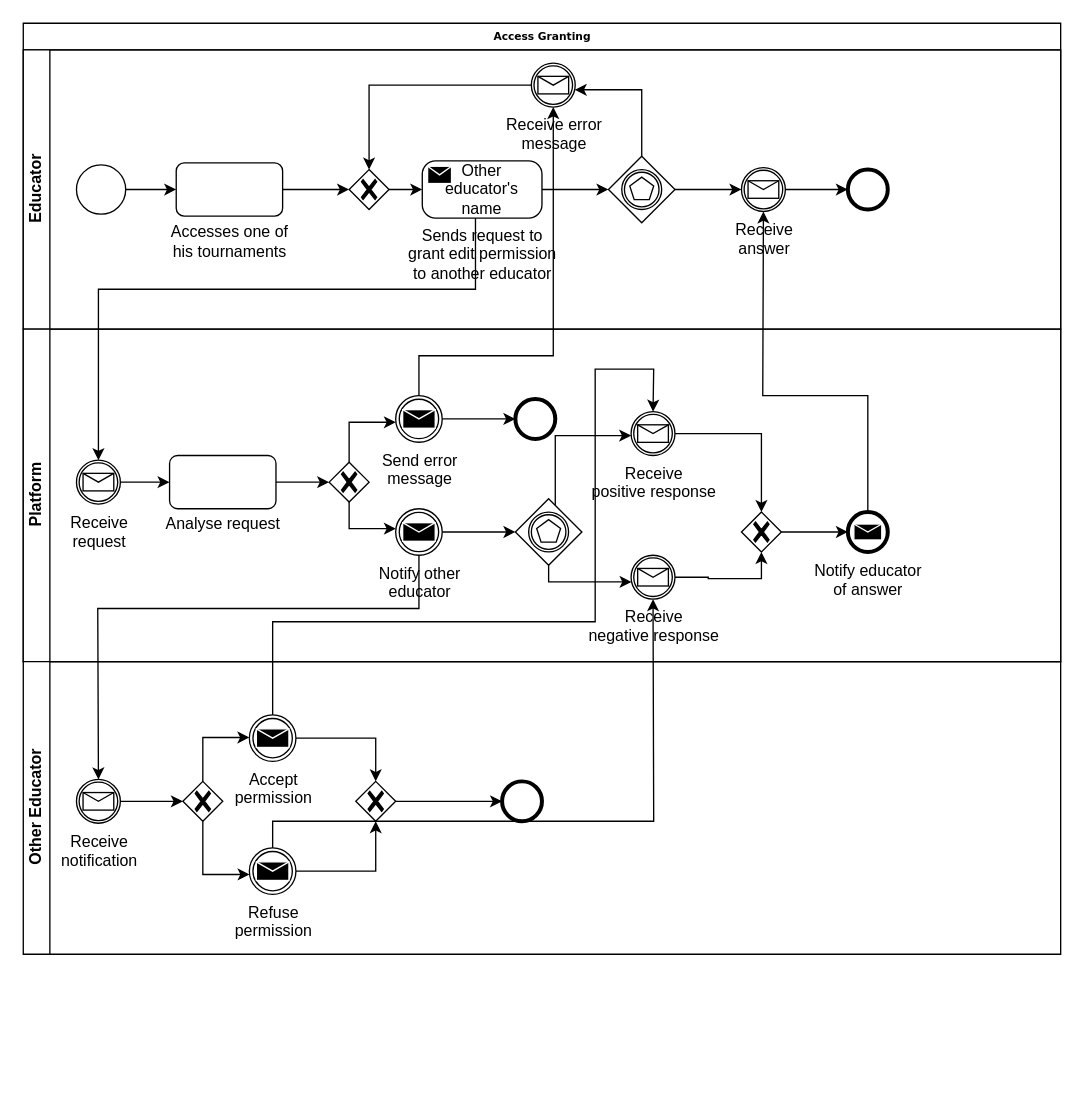
Before: RASDwip/ExtraFiles/Drawio/BPMN10.drawio in francescospangaro/SpangaroTosettiRiccardi, a draw.io diagram. Source tidied: cells renumbered, new cells numbered last; positions are measured from the earlier drawing's top-left corner, leaving out a move shared by most shapes. Both pictures are drawn from the tidied source at 133%, with x=0, y=0 at pixel (23, 23).
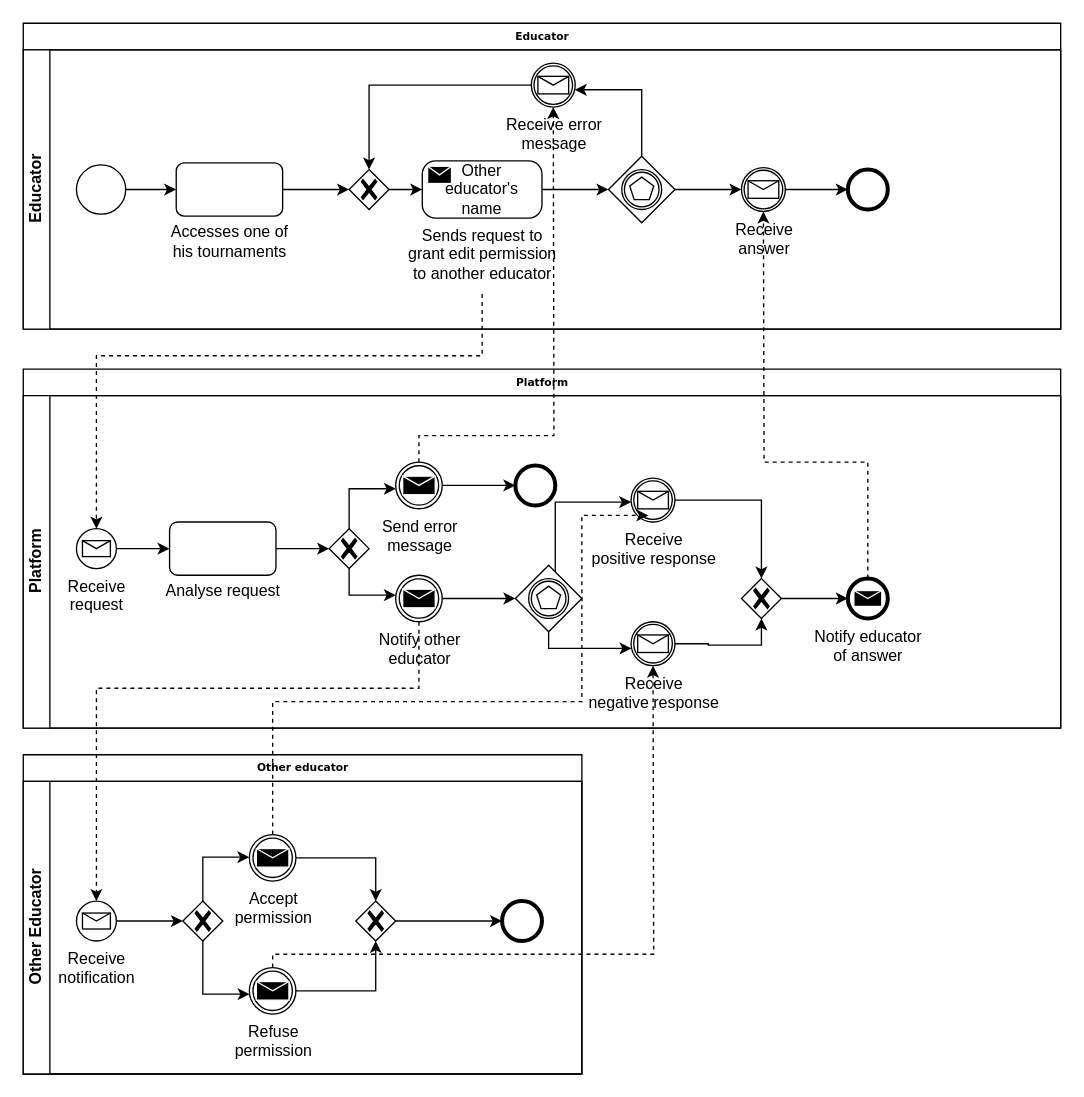
The same diagram, later.

Unchanged cells that the change refers to:
```xml
<mxCell id="10" value="&lt;div&gt;Other&lt;/div&gt;&lt;div&gt;educator's&lt;/div&gt;&lt;div&gt;name&lt;br&gt;&lt;/div&gt;" style="points=[[0.25,0,0],[0.5,0,0],[0.75,0,0],[1,0.25,0],[1,0.5,0],[1,0.75,0],[0.75,1,0],[0.5,1,0],[0.25,1,0],[0,0.75,0],[0,0.5,0],[0,0.25,0]];shape=mxgraph.bpmn.task;whiteSpace=wrap;rectStyle=rounded;size=10;html=1;taskMarker=send;" parent="3" vertex="1">
  <mxGeometry x="300" y="83.5" width="90" height="43" as="geometry" />
</mxCell>
<mxCell id="11" value="&lt;div&gt;Sends request to&lt;/div&gt;&lt;div&gt;grant edit permission&lt;/div&gt;&lt;div&gt;to another educator&lt;br&gt;&lt;/div&gt;" style="text;html=1;align=center;verticalAlign=middle;points=[];strokeColor=none;fillColor=none;" parent="3" vertex="1">
  <mxGeometry x="275" y="123.5" width="140" height="60" as="geometry" />
</mxCell>
<mxCell id="18" value="&lt;div&gt;Receive error&lt;/div&gt;&lt;div&gt;message&lt;br&gt;&lt;/div&gt;" style="points=[[0.145,0.145,0],[0.5,0,0],[0.855,0.145,0],[1,0.5,0],[0.855,0.855,0],[0.5,1,0],[0.145,0.855,0],[0,0.5,0]];shape=mxgraph.bpmn.event;html=1;verticalLabelPosition=bottom;labelBackgroundColor=#ffffff;verticalAlign=top;align=center;perimeter=ellipsePerimeter;outlineConnect=0;outline=catching;symbol=message;" parent="3" vertex="1">
  <mxGeometry x="382" y="10" width="33" height="33" as="geometry" />
</mxCell>
<mxCell id="20" value="&lt;div&gt;Receive&lt;/div&gt;&lt;div&gt;answer&lt;br&gt;&lt;/div&gt;" style="points=[[0.145,0.145,0],[0.5,0,0],[0.855,0.145,0],[1,0.5,0],[0.855,0.855,0],[0.5,1,0],[0.145,0.855,0],[0,0.5,0]];shape=mxgraph.bpmn.event;html=1;verticalLabelPosition=bottom;labelBackgroundColor=#ffffff;verticalAlign=top;align=center;perimeter=ellipsePerimeter;outlineConnect=0;outline=catching;symbol=message;" parent="3" vertex="1">
  <mxGeometry x="540" y="88.5" width="33" height="33" as="geometry" />
</mxCell>
<mxCell id="32" value="&lt;div&gt;Send error&lt;/div&gt;&lt;div&gt;message&lt;br&gt;&lt;/div&gt;" style="points=[[0.145,0.145,0],[0.5,0,0],[0.855,0.145,0],[1,0.5,0],[0.855,0.855,0],[0.5,1,0],[0.145,0.855,0],[0,0.5,0]];shape=mxgraph.bpmn.event;html=1;verticalLabelPosition=bottom;labelBackgroundColor=#ffffff;verticalAlign=top;align=center;perimeter=ellipsePerimeter;outlineConnect=0;outline=throwing;symbol=message;" parent="22" vertex="1">
  <mxGeometry x="280" y="50" width="35" height="35" as="geometry" />
</mxCell>
<mxCell id="34" value="&lt;div&gt;Notify other&lt;/div&gt;&lt;div&gt;educator&lt;br&gt;&lt;/div&gt;" style="points=[[0.145,0.145,0],[0.5,0,0],[0.855,0.145,0],[1,0.5,0],[0.855,0.855,0],[0.5,1,0],[0.145,0.855,0],[0,0.5,0]];shape=mxgraph.bpmn.event;html=1;verticalLabelPosition=bottom;labelBackgroundColor=#ffffff;verticalAlign=top;align=center;perimeter=ellipsePerimeter;outlineConnect=0;outline=throwing;symbol=message;" parent="22" vertex="1">
  <mxGeometry x="280" y="135" width="35" height="35" as="geometry" />
</mxCell>
<mxCell id="40" value="&lt;div&gt;Receive &lt;br&gt;&lt;/div&gt;&lt;div&gt;positive response&lt;br&gt;&lt;/div&gt;" style="points=[[0.145,0.145,0],[0.5,0,0],[0.855,0.145,0],[1,0.5,0],[0.855,0.855,0],[0.5,1,0],[0.145,0.855,0],[0,0.5,0]];shape=mxgraph.bpmn.event;html=1;verticalLabelPosition=bottom;labelBackgroundColor=#ffffff;verticalAlign=top;align=center;perimeter=ellipsePerimeter;outlineConnect=0;outline=catching;symbol=message;" parent="22" vertex="1">
  <mxGeometry x="457" y="62" width="33" height="33" as="geometry" />
</mxCell>
<mxCell id="42" value="&lt;div&gt;Receive &lt;br&gt;&lt;/div&gt;&lt;div&gt;negative response&lt;br&gt;&lt;/div&gt;" style="points=[[0.145,0.145,0],[0.5,0,0],[0.855,0.145,0],[1,0.5,0],[0.855,0.855,0],[0.5,1,0],[0.145,0.855,0],[0,0.5,0]];shape=mxgraph.bpmn.event;html=1;verticalLabelPosition=bottom;labelBackgroundColor=#ffffff;verticalAlign=top;align=center;perimeter=ellipsePerimeter;outlineConnect=0;outline=catching;symbol=message;" parent="22" vertex="1">
  <mxGeometry x="457" y="170" width="33" height="33" as="geometry" />
</mxCell>
<mxCell id="45" value="&lt;div&gt;Notify educator &lt;br&gt;&lt;/div&gt;&lt;div&gt;of answer&lt;br&gt;&lt;/div&gt;" style="points=[[0.145,0.145,0],[0.5,0,0],[0.855,0.145,0],[1,0.5,0],[0.855,0.855,0],[0.5,1,0],[0.145,0.855,0],[0,0.5,0]];shape=mxgraph.bpmn.event;html=1;verticalLabelPosition=bottom;labelBackgroundColor=#ffffff;verticalAlign=top;align=center;perimeter=ellipsePerimeter;outlineConnect=0;outline=end;symbol=message;" parent="22" vertex="1">
  <mxGeometry x="620" y="137.5" width="30" height="30" as="geometry" />
</mxCell>
<mxCell id="56" value="&lt;div&gt;Accept&lt;/div&gt;&lt;div&gt;permission&lt;br&gt;&lt;/div&gt;" style="points=[[0.145,0.145,0],[0.5,0,0],[0.855,0.145,0],[1,0.5,0],[0.855,0.855,0],[0.5,1,0],[0.145,0.855,0],[0,0.5,0]];shape=mxgraph.bpmn.event;html=1;verticalLabelPosition=bottom;labelBackgroundColor=#ffffff;verticalAlign=top;align=center;perimeter=ellipsePerimeter;outlineConnect=0;outline=throwing;symbol=message;" parent="49" vertex="1">
  <mxGeometry x="170" y="40" width="35" height="35" as="geometry" />
</mxCell>
<mxCell id="58" value="&lt;div&gt;Refuse&lt;/div&gt;&lt;div&gt;permission&lt;br&gt;&lt;/div&gt;" style="points=[[0.145,0.145,0],[0.5,0,0],[0.855,0.145,0],[1,0.5,0],[0.855,0.855,0],[0.5,1,0],[0.145,0.855,0],[0,0.5,0]];shape=mxgraph.bpmn.event;html=1;verticalLabelPosition=bottom;labelBackgroundColor=#ffffff;verticalAlign=top;align=center;perimeter=ellipsePerimeter;outlineConnect=0;outline=throwing;symbol=message;" parent="49" vertex="1">
  <mxGeometry x="170" y="140" width="35" height="35" as="geometry" />
</mxCell>
```

Diff of the diagram source:
```diff
@@
-    <mxCell id="2" value="Access Granting" style="swimlane;html=1;horizontal=1;startSize=20;rounded=0;shadow=0;labelBackgroundColor=none;strokeWidth=1;fontFamily=Verdana;fontSize=8;align=center;" parent="1" vertex="1">
-      <mxGeometry width="780" height="480" as="geometry" />
+    <mxCell id="2" value="Educator" style="swimlane;html=1;horizontal=1;startSize=20;rounded=0;shadow=0;labelBackgroundColor=none;strokeWidth=1;fontFamily=Verdana;fontSize=8;align=center;" parent="1" vertex="1">
+      <mxGeometry width="780" height="230" as="geometry" />
     </mxCell>
@@
+    <mxCell id="65" value="Platform" style="swimlane;html=1;horizontal=1;startSize=20;rounded=0;shadow=0;labelBackgroundColor=none;strokeWidth=1;fontFamily=Verdana;fontSize=8;align=center;" parent="1" vertex="1">
+      <mxGeometry y="260" width="780" height="270" as="geometry" />
+    </mxCell>
-    <mxCell id="22" value="Platform" style="swimlane;html=1;startSize=20;horizontal=0;" parent="2" vertex="1">
-      <mxGeometry y="230" width="780" height="250" as="geometry" />
+    <mxCell id="22" value="Platform" style="swimlane;html=1;startSize=20;horizontal=0;" parent="65" vertex="1">
+      <mxGeometry y="20" width="780" height="250" as="geometry" />
     </mxCell>
@@
-    <mxCell id="24" value="&lt;div&gt;Receive&lt;/div&gt;&lt;div&gt;request&lt;br&gt;&lt;/div&gt;" style="points=[[0.145,0.145,0],[0.5,0,0],[0.855,0.145,0],[1,0.5,0],[0.855,0.855,0],[0.5,1,0],[0.145,0.855,0],[0,0.5,0]];shape=mxgraph.bpmn.event;html=1;verticalLabelPosition=bottom;labelBackgroundColor=#ffffff;verticalAlign=top;align=center;perimeter=ellipsePerimeter;outlineConnect=0;outline=catching;symbol=message;" parent="22" vertex="1">
-      <mxGeometry x="40" y="98.5" width="33" height="33" as="geometry" />
-    </mxCell>
@@
-    <mxCell id="46" style="edgeStyle=orthogonalEdgeStyle;rounded=0;jettySize=auto;html=1;entryX=0.5;entryY=0;entryDx=0;entryDy=0;entryPerimeter=0;" parent="2" edge="1" source="10" target="24">
-      <mxGeometry relative="1" as="geometry">
-        <Array as="points">
-          <mxPoint x="340" y="200" />
-          <mxPoint x="56" y="200" />
-        </Array>
-      </mxGeometry>
-    </mxCell>
-    <mxCell id="47" style="edgeStyle=orthogonalEdgeStyle;rounded=0;jettySize=auto;html=1;entryX=0.5;entryY=1;entryDx=0;entryDy=0;entryPerimeter=0;" parent="2" edge="1" source="32" target="18">
-      <mxGeometry relative="1" as="geometry">
-        <Array as="points">
-          <mxPoint x="298" y="250" />
-          <mxPoint x="398" y="250" />
-        </Array>
-      </mxGeometry>
-    </mxCell>
-    <mxCell id="48" style="edgeStyle=orthogonalEdgeStyle;rounded=0;jettySize=auto;html=1;" parent="2" edge="1" source="45" target="20">
-      <mxGeometry relative="1" as="geometry">
-        <Array as="points">
-          <mxPoint x="635" y="280" />
-          <mxPoint x="556" y="280" />
-        </Array>
-      </mxGeometry>
-    </mxCell>
+    <mxCell id="24" value="&lt;div&gt;Receive &lt;br&gt;&lt;/div&gt;&lt;div&gt;request&lt;br&gt;&lt;/div&gt;" style="points=[[0.145,0.145,0],[0.5,0,0],[0.855,0.145,0],[1,0.5,0],[0.855,0.855,0],[0.5,1,0],[0.145,0.855,0],[0,0.5,0]];shape=mxgraph.bpmn.event;html=1;verticalLabelPosition=bottom;labelBackgroundColor=#ffffff;verticalAlign=top;align=center;perimeter=ellipsePerimeter;outlineConnect=0;outline=standard;symbol=message;" parent="22" vertex="1">
+      <mxGeometry x="40" y="100" width="30" height="30" as="geometry" />
+    </mxCell>
+    <mxCell id="66" value="Other educator" style="swimlane;html=1;horizontal=1;startSize=20;rounded=0;shadow=0;labelBackgroundColor=none;strokeWidth=1;fontFamily=Verdana;fontSize=8;align=center;" parent="1" vertex="1">
+      <mxGeometry y="550" width="420" height="240" as="geometry" />
+    </mxCell>
-    <mxCell id="49" value="Other Educator" style="swimlane;html=1;startSize=20;horizontal=0;" parent="1" vertex="1">
-      <mxGeometry y="480" width="780" height="220" as="geometry" />
+    <mxCell id="49" value="Other Educator" style="swimlane;html=1;startSize=20;horizontal=0;" parent="66" vertex="1">
+      <mxGeometry y="20" width="420" height="220" as="geometry" />
     </mxCell>
@@
-    <mxCell id="51" value="&lt;div&gt;Receive&lt;/div&gt;&lt;div&gt;notification&lt;br&gt;&lt;/div&gt;" style="points=[[0.145,0.145,0],[0.5,0,0],[0.855,0.145,0],[1,0.5,0],[0.855,0.855,0],[0.5,1,0],[0.145,0.855,0],[0,0.5,0]];shape=mxgraph.bpmn.event;html=1;verticalLabelPosition=bottom;labelBackgroundColor=#ffffff;verticalAlign=top;align=center;perimeter=ellipsePerimeter;outlineConnect=0;outline=catching;symbol=message;" parent="49" vertex="1">
-      <mxGeometry x="40" y="88.5" width="33" height="33" as="geometry" />
-    </mxCell>
@@
+    <mxCell id="51" value="&lt;div&gt;Receive &lt;br&gt;&lt;/div&gt;notification" style="points=[[0.145,0.145,0],[0.5,0,0],[0.855,0.145,0],[1,0.5,0],[0.855,0.855,0],[0.5,1,0],[0.145,0.855,0],[0,0.5,0]];shape=mxgraph.bpmn.event;html=1;verticalLabelPosition=bottom;labelBackgroundColor=#ffffff;verticalAlign=top;align=center;perimeter=ellipsePerimeter;outlineConnect=0;outline=standard;symbol=message;" parent="49" vertex="1">
+      <mxGeometry x="40" y="90" width="30" height="30" as="geometry" />
+    </mxCell>
+    <mxCell id="67" style="edgeStyle=orthogonalEdgeStyle;rounded=0;jettySize=auto;html=1;dashed=1;" parent="1" edge="1" source="11" target="24">
+      <mxGeometry relative="1" as="geometry">
+        <Array as="points">
+          <mxPoint x="345" y="250" />
+          <mxPoint x="55" y="250" />
+        </Array>
+      </mxGeometry>
+    </mxCell>
+    <mxCell id="47" style="edgeStyle=orthogonalEdgeStyle;rounded=0;jettySize=auto;html=1;dashed=1;" parent="1" edge="1" source="32" target="18">
+      <mxGeometry relative="1" as="geometry">
+        <Array as="points">
+          <mxPoint x="298" y="310" />
+          <mxPoint x="399" y="310" />
+        </Array>
+      </mxGeometry>
+    </mxCell>
-    <mxCell id="62" style="edgeStyle=orthogonalEdgeStyle;rounded=0;jettySize=auto;html=1;" parent="1" edge="1" source="34" target="51">
+    <mxCell id="62" style="edgeStyle=orthogonalEdgeStyle;rounded=0;jettySize=auto;html=1;dashed=1;" parent="1" edge="1" source="34" target="51">
       <mxGeometry relative="1" as="geometry">
         <Array as="points">
-          <mxPoint x="298" y="440" />
-          <mxPoint x="56" y="440" />
+          <mxPoint x="298" y="500" />
+          <mxPoint x="55" y="500" />
         </Array>
       </mxGeometry>
     </mxCell>
-    <mxCell id="63" style="edgeStyle=orthogonalEdgeStyle;rounded=0;jettySize=auto;html=1;" parent="1" edge="1" source="56" target="40">
-      <mxGeometry relative="1" as="geometry">
-        <Array as="points">
-          <mxPoint x="188" y="450" />
-          <mxPoint x="430" y="450" />
-          <mxPoint x="430" y="260" />
-          <mxPoint x="474" y="260" />
-        </Array>
-      </mxGeometry>
-    </mxCell>
+    <mxCell id="68" style="edgeStyle=orthogonalEdgeStyle;rounded=0;jettySize=auto;html=1;dashed=1;" parent="1" edge="1" source="56">
+      <mxGeometry relative="1" as="geometry">
+        <mxPoint x="470" y="370" as="targetPoint" />
+        <Array as="points">
+          <mxPoint x="188" y="510" />
+          <mxPoint x="420" y="510" />
+          <mxPoint x="420" y="370" />
+        </Array>
+      </mxGeometry>
+    </mxCell>
-    <mxCell id="64" style="edgeStyle=orthogonalEdgeStyle;rounded=0;jettySize=auto;html=1;" parent="1" edge="1" source="58" target="42">
+    <mxCell id="64" style="edgeStyle=orthogonalEdgeStyle;rounded=0;jettySize=auto;html=1;dashed=1;" parent="1" edge="1" source="58" target="42">
       <mxGeometry relative="1" as="geometry">
         <Array as="points">
-          <mxPoint x="188" y="600" />
-          <mxPoint x="474" y="600" />
+          <mxPoint x="188" y="700" />
+          <mxPoint x="474" y="700" />
         </Array>
       </mxGeometry>
     </mxCell>
+    <mxCell id="48" style="edgeStyle=orthogonalEdgeStyle;rounded=0;jettySize=auto;html=1;dashed=1;" parent="1" edge="1" source="45" target="20">
+      <mxGeometry relative="1" as="geometry">
+        <Array as="points">
+          <mxPoint x="635" y="330" />
+          <mxPoint x="557" y="330" />
+        </Array>
+      </mxGeometry>
+    </mxCell>
```
